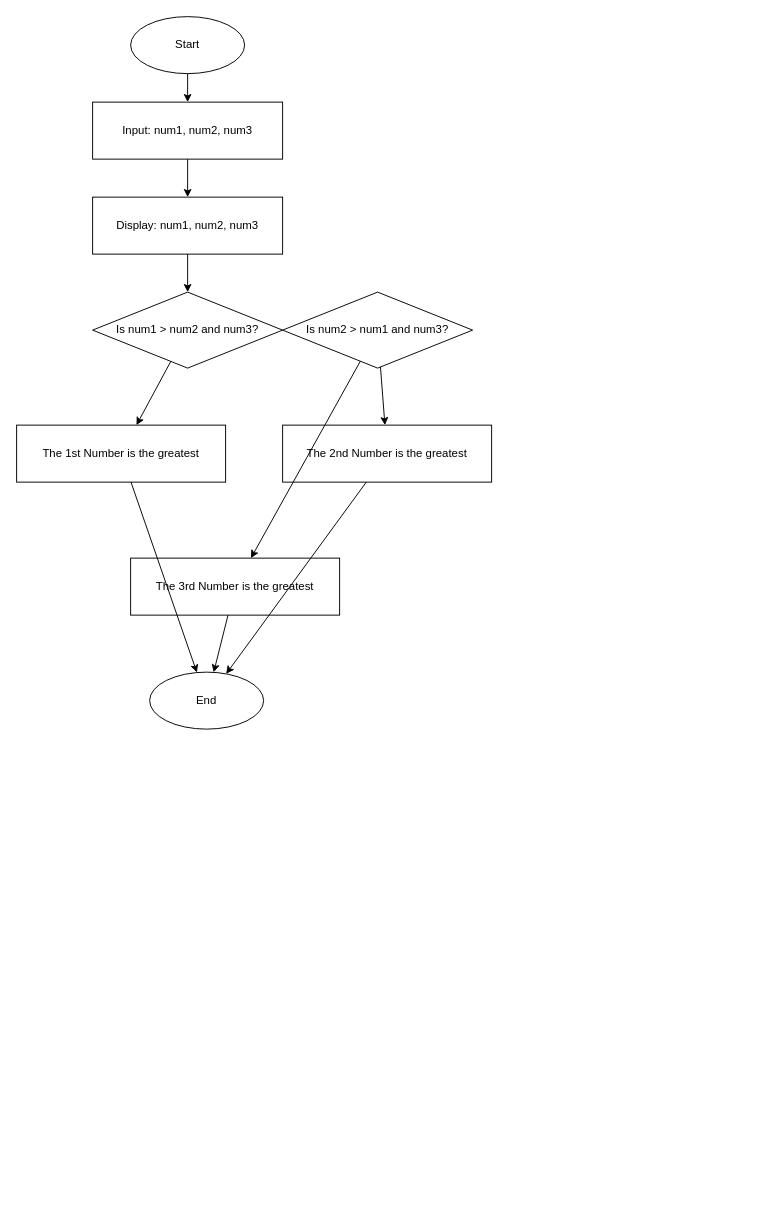
Above: HW/HW05/HW05-8/HW05-8.drawio in bbnyk/ENGCE117 (draw.io), before the change. Source tidied: cells renumbered, new cells numbered last; positions are measured from the earlier drawing's top-left corner, leaving out a move shared by most shapes. Both pictures are drawn from the tidied source at 95%, with x=0, y=0 at pixel (16, 16).
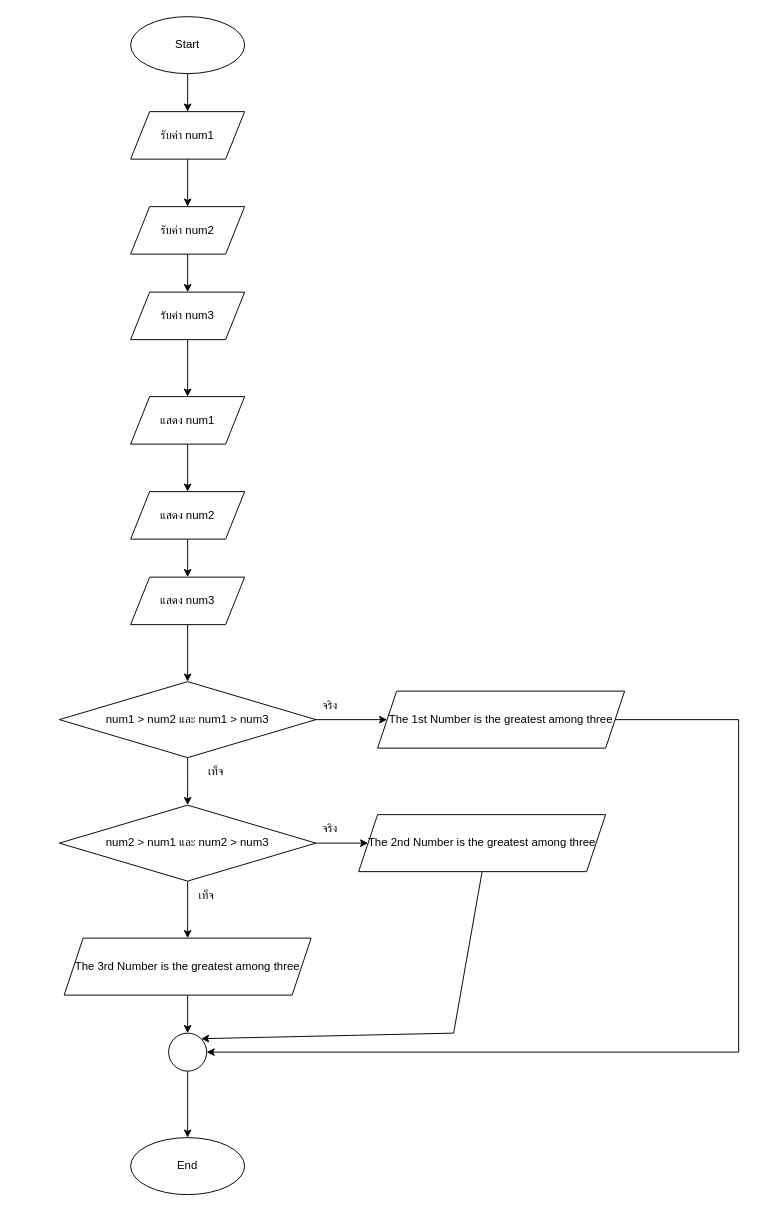
Above is the later version.

The change refers to these unchanged cells:
```xml
<mxCell id="2" value="Start" style="ellipse;whiteSpace=wrap;html=1;" parent="1" vertex="1">
  <mxGeometry x="120" width="120" height="60" as="geometry" />
</mxCell>
```

What changed in the source:
```diff
@@
+    <mxCell id="21" style="edgeStyle=orthogonalEdgeStyle;rounded=0;jettySize=auto;html=1;" parent="1" edge="1" source="2" target="23">
+      <mxGeometry relative="1" as="geometry" />
+    </mxCell>
@@
-    <mxCell id="3" value="Input: num1, num2, num3" style="shape=rectangle;whiteSpace=wrap;html=1;" parent="1" vertex="1">
-      <mxGeometry x="80" y="90" width="200" height="60" as="geometry" />
-    </mxCell>
-    <mxCell id="4" value="Display: num1, num2, num3" style="shape=rectangle;whiteSpace=wrap;html=1;" parent="1" vertex="1">
-      <mxGeometry x="80" y="190" width="200" height="60" as="geometry" />
-    </mxCell>
-    <mxCell id="5" value="Is num1 &gt; num2 and num3?" style="rhombus;whiteSpace=wrap;html=1;" parent="1" vertex="1">
-      <mxGeometry x="80" y="290" width="200" height="80" as="geometry" />
-    </mxCell>
-    <mxCell id="6" value="The 1st Number is the greatest" style="shape=rectangle;whiteSpace=wrap;html=1;" parent="1" vertex="1">
-      <mxGeometry y="430" width="220" height="60" as="geometry" />
-    </mxCell>
-    <mxCell id="7" value="Is num2 &gt; num1 and num3?" style="rhombus;whiteSpace=wrap;html=1;" parent="1" vertex="1">
-      <mxGeometry x="280" y="290" width="200" height="80" as="geometry" />
-    </mxCell>
-    <mxCell id="8" value="The 2nd Number is the greatest" style="shape=rectangle;whiteSpace=wrap;html=1;" parent="1" vertex="1">
-      <mxGeometry x="280" y="430" width="220" height="60" as="geometry" />
-    </mxCell>
-    <mxCell id="9" value="The 3rd Number is the greatest" style="shape=rectangle;whiteSpace=wrap;html=1;" parent="1" vertex="1">
-      <mxGeometry x="120" y="570" width="220" height="60" as="geometry" />
-    </mxCell>
     <mxCell id="10" value="End" style="ellipse;whiteSpace=wrap;html=1;" parent="1" vertex="1">
-      <mxGeometry x="140" y="690" width="120" height="60" as="geometry" />
+      <mxGeometry x="120" y="1180" width="120" height="60" as="geometry" />
     </mxCell>
-    <mxCell id="11" parent="1" edge="1" source="2" target="3">
-      <mxGeometry relative="1" as="geometry" />
-    </mxCell>
-    <mxCell id="12" parent="1" edge="1" source="3" target="4">
-      <mxGeometry relative="1" as="geometry" />
-    </mxCell>
-    <mxCell id="13" parent="1" edge="1" source="4" target="5">
-      <mxGeometry relative="1" as="geometry" />
-    </mxCell>
-    <mxCell id="14" parent="1" edge="1" source="5" target="6">
-      <mxGeometry relative="1" as="geometry" />
-    </mxCell>
-    <mxCell id="15" parent="1" edge="1" source="5" target="7">
-      <mxGeometry relative="1" as="geometry" />
-    </mxCell>
-    <mxCell id="16" parent="1" edge="1" source="7" target="8">
-      <mxGeometry relative="1" as="geometry" />
-    </mxCell>
-    <mxCell id="17" parent="1" edge="1" source="7" target="9">
-      <mxGeometry relative="1" as="geometry" />
-    </mxCell>
-    <mxCell id="18" parent="1" edge="1" source="6" target="10">
-      <mxGeometry relative="1" as="geometry" />
-    </mxCell>
-    <mxCell id="19" parent="1" edge="1" source="8" target="10">
-      <mxGeometry relative="1" as="geometry" />
-    </mxCell>
-    <mxCell id="20" parent="1" edge="1" source="9" target="10">
-      <mxGeometry relative="1" as="geometry" />
-    </mxCell>
+    <mxCell id="22" style="edgeStyle=orthogonalEdgeStyle;rounded=0;jettySize=auto;html=1;" parent="1" edge="1" source="23" target="25">
+      <mxGeometry relative="1" as="geometry" />
+    </mxCell>
+    <mxCell id="23" value="รับค่า num1" style="shape=parallelogram;perimeter=parallelogramPerimeter;whiteSpace=wrap;html=1;fixedSize=1;" parent="1" vertex="1">
+      <mxGeometry x="120" y="100" width="120" height="50" as="geometry" />
+    </mxCell>
+    <mxCell id="24" style="edgeStyle=orthogonalEdgeStyle;rounded=0;jettySize=auto;html=1;" parent="1" edge="1" source="25" target="27">
+      <mxGeometry relative="1" as="geometry" />
+    </mxCell>
+    <mxCell id="25" value="รับค่า num2" style="shape=parallelogram;perimeter=parallelogramPerimeter;whiteSpace=wrap;html=1;fixedSize=1;" parent="1" vertex="1">
+      <mxGeometry x="120" y="200" width="120" height="50" as="geometry" />
+    </mxCell>
+    <mxCell id="26" style="edgeStyle=orthogonalEdgeStyle;rounded=0;jettySize=auto;html=1;" parent="1" edge="1" source="27" target="29">
+      <mxGeometry relative="1" as="geometry" />
+    </mxCell>
+    <mxCell id="27" value="รับค่า num3" style="shape=parallelogram;perimeter=parallelogramPerimeter;whiteSpace=wrap;html=1;fixedSize=1;" parent="1" vertex="1">
+      <mxGeometry x="120" y="290" width="120" height="50" as="geometry" />
+    </mxCell>
+    <mxCell id="28" style="edgeStyle=orthogonalEdgeStyle;rounded=0;jettySize=auto;html=1;" parent="1" edge="1" source="29" target="31">
+      <mxGeometry relative="1" as="geometry" />
+    </mxCell>
+    <mxCell id="29" value="แสดง num1" style="shape=parallelogram;perimeter=parallelogramPerimeter;whiteSpace=wrap;html=1;fixedSize=1;" parent="1" vertex="1">
+      <mxGeometry x="120" y="400" width="120" height="50" as="geometry" />
+    </mxCell>
+    <mxCell id="30" style="edgeStyle=orthogonalEdgeStyle;rounded=0;jettySize=auto;html=1;" parent="1" edge="1" source="31" target="33">
+      <mxGeometry relative="1" as="geometry" />
+    </mxCell>
+    <mxCell id="31" value="แสดง&amp;nbsp;num2" style="shape=parallelogram;perimeter=parallelogramPerimeter;whiteSpace=wrap;html=1;fixedSize=1;" parent="1" vertex="1">
+      <mxGeometry x="120" y="500" width="120" height="50" as="geometry" />
+    </mxCell>
+    <mxCell id="32" style="edgeStyle=orthogonalEdgeStyle;rounded=0;jettySize=auto;html=1;" parent="1" edge="1" source="33" target="36">
+      <mxGeometry relative="1" as="geometry" />
+    </mxCell>
+    <mxCell id="33" value="แสดง&amp;nbsp;num3" style="shape=parallelogram;perimeter=parallelogramPerimeter;whiteSpace=wrap;html=1;fixedSize=1;" parent="1" vertex="1">
+      <mxGeometry x="120" y="590" width="120" height="50" as="geometry" />
+    </mxCell>
+    <mxCell id="34" style="edgeStyle=orthogonalEdgeStyle;rounded=0;jettySize=auto;html=1;" parent="1" edge="1" source="36">
+      <mxGeometry relative="1" as="geometry">
+        <mxPoint x="180" y="830" as="targetPoint" />
+      </mxGeometry>
+    </mxCell>
+    <mxCell id="35" style="edgeStyle=orthogonalEdgeStyle;rounded=0;jettySize=auto;html=1;" parent="1" edge="1" source="36" target="41">
+      <mxGeometry relative="1" as="geometry" />
+    </mxCell>
+    <mxCell id="36" value="num1 &amp;gt; num2 และ num1 &amp;gt; num3" style="rhombus;whiteSpace=wrap;html=1;" parent="1" vertex="1">
+      <mxGeometry x="45" y="700" width="270" height="80" as="geometry" />
+    </mxCell>
+    <mxCell id="37" style="edgeStyle=orthogonalEdgeStyle;rounded=0;jettySize=auto;html=1;" parent="1" edge="1" source="39" target="43">
+      <mxGeometry relative="1" as="geometry" />
+    </mxCell>
+    <mxCell id="38" style="edgeStyle=orthogonalEdgeStyle;rounded=0;jettySize=auto;html=1;" parent="1" edge="1" source="39" target="45">
+      <mxGeometry relative="1" as="geometry" />
+    </mxCell>
+    <mxCell id="39" value="num2 &amp;gt; num1 และ num2 &amp;gt; num3" style="rhombus;whiteSpace=wrap;html=1;" parent="1" vertex="1">
+      <mxGeometry x="45" y="830" width="270" height="80" as="geometry" />
+    </mxCell>
+    <mxCell id="40" style="edgeStyle=orthogonalEdgeStyle;rounded=0;jettySize=auto;html=1;exitX=1;exitY=0.5;exitDx=0;exitDy=0;entryX=1;entryY=0.5;entryDx=0;entryDy=0;" parent="1" edge="1" source="41" target="47">
+      <mxGeometry relative="1" as="geometry">
+        <Array as="points">
+          <mxPoint x="760" y="740" />
+          <mxPoint x="760" y="1090" />
+        </Array>
+      </mxGeometry>
+    </mxCell>
+    <mxCell id="41" value="The 1st Number is the greatest among three" style="shape=parallelogram;perimeter=parallelogramPerimeter;whiteSpace=wrap;html=1;fixedSize=1;" parent="1" vertex="1">
+      <mxGeometry x="380" y="710" width="260" height="60" as="geometry" />
+    </mxCell>
+    <mxCell id="42" style="rounded=0;jettySize=auto;html=1;exitX=0.5;exitY=1;exitDx=0;exitDy=0;entryX=1;entryY=0;entryDx=0;entryDy=0;" parent="1" edge="1" source="43" target="47">
+      <mxGeometry relative="1" as="geometry">
+        <Array as="points">
+          <mxPoint x="460" y="1070" />
+        </Array>
+      </mxGeometry>
+    </mxCell>
+    <mxCell id="43" value="The 2nd Number is the greatest among three" style="shape=parallelogram;perimeter=parallelogramPerimeter;whiteSpace=wrap;html=1;fixedSize=1;" parent="1" vertex="1">
+      <mxGeometry x="360" y="840" width="260" height="60" as="geometry" />
+    </mxCell>
+    <mxCell id="44" style="edgeStyle=orthogonalEdgeStyle;rounded=0;jettySize=auto;html=1;" parent="1" edge="1" source="45" target="47">
+      <mxGeometry relative="1" as="geometry" />
+    </mxCell>
+    <mxCell id="45" value="The 3rd Number is the greatest among three" style="shape=parallelogram;perimeter=parallelogramPerimeter;whiteSpace=wrap;html=1;fixedSize=1;" parent="1" vertex="1">
+      <mxGeometry x="50" y="970" width="260" height="60" as="geometry" />
+    </mxCell>
+    <mxCell id="46" style="edgeStyle=orthogonalEdgeStyle;rounded=0;jettySize=auto;html=1;" parent="1" edge="1" source="47" target="10">
+      <mxGeometry relative="1" as="geometry" />
+    </mxCell>
+    <mxCell id="47" style="ellipse;whiteSpace=wrap;html=1;" parent="1" vertex="1">
+      <mxGeometry x="160" y="1070" width="40" height="40" as="geometry" />
+    </mxCell>
+    <mxCell id="48" value="จริง" style="text;html=1;align=center;verticalAlign=middle;whiteSpace=wrap;rounded=0;" parent="1" vertex="1">
+      <mxGeometry x="300" y="710" width="60" height="30" as="geometry" />
+    </mxCell>
+    <mxCell id="49" value="จริง" style="text;html=1;align=center;verticalAlign=middle;whiteSpace=wrap;rounded=0;" parent="1" vertex="1">
+      <mxGeometry x="300" y="840" width="60" height="30" as="geometry" />
+    </mxCell>
+    <mxCell id="50" value="เท็จ" style="text;html=1;align=center;verticalAlign=middle;whiteSpace=wrap;rounded=0;" parent="1" vertex="1">
+      <mxGeometry x="180" y="780" width="60" height="30" as="geometry" />
+    </mxCell>
+    <mxCell id="51" value="เท็จ" style="text;html=1;align=center;verticalAlign=middle;whiteSpace=wrap;rounded=0;" parent="1" vertex="1">
+      <mxGeometry x="170" y="910" width="60" height="30" as="geometry" />
+    </mxCell>
```
